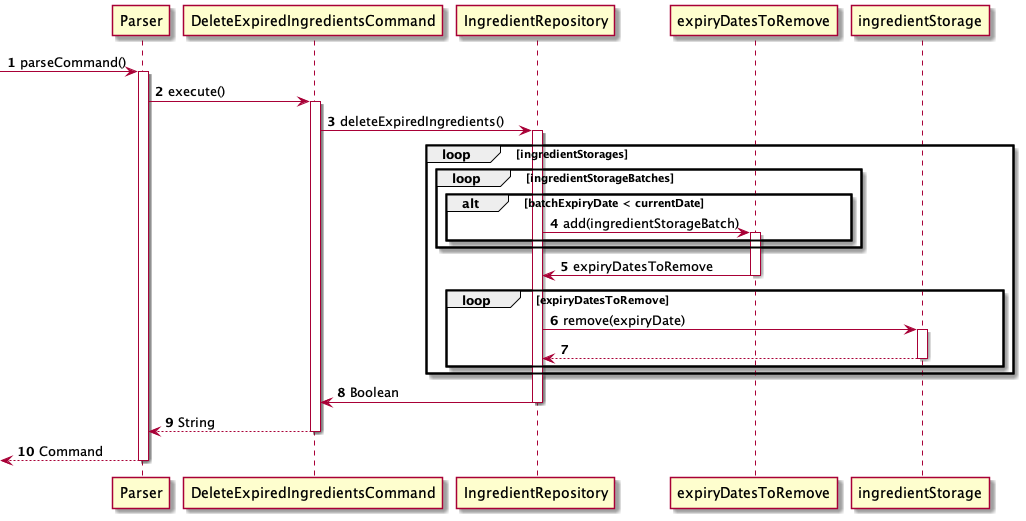
Above: docs/diagrams/DeleteExpiredIngredients.png in nus-cs2113-AY2122S1/tp (PlantUML), before the change. The source it was exported from:
```plantuml
@startuml

autonumber

 -> Parser: parseCommand()
activate Parser

Parser -> DeleteExpiredIngredientsCommand: execute()
activate DeleteExpiredIngredientsCommand

DeleteExpiredIngredientsCommand -> IngredientRepository: deleteExpiredIngredients()
activate IngredientRepository

loop ingredientStorages


    loop ingredientStorageBatches

        alt batchExpiryDate < currentDate

            IngredientRepository -> expiryDatesToRemove: add(ingredientStorageBatch)
            activate expiryDatesToRemove

        end

    end

    expiryDatesToRemove -> IngredientRepository: expiryDatesToRemove
    deactivate expiryDatesToRemove

    loop expiryDatesToRemove

        IngredientRepository -> ingredientStorage: remove(expiryDate)
        activate ingredientStorage

        ingredientStorage --> IngredientRepository
        deactivate ingredientStorage

    end

end

IngredientRepository -> DeleteExpiredIngredientsCommand: Boolean
deactivate IngredientRepository

DeleteExpiredIngredientsCommand --> Parser: String
deactivate DeleteExpiredIngredientsCommand

<-- Parser: Command
deactivate Parser

@enduml
```
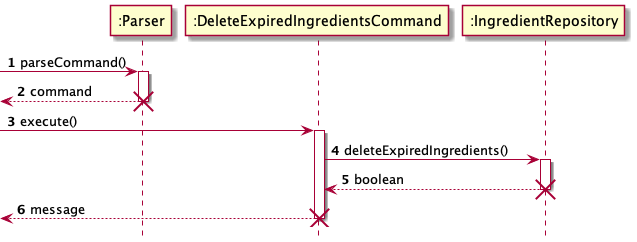
Later version of the same file.

Change to the diagram source:
```diff
@@ -1,52 +1,29 @@
 @startuml
+!include style.puml
+
+participant ":Parser" as Parser
+participant ":DeleteExpiredIngredientsCommand" as DeleteExpiredIngredientsCommand
+participant ":IngredientRepository" as IngredientRepository
 
 autonumber
 
  -> Parser: parseCommand()
 activate Parser
 
-Parser -> DeleteExpiredIngredientsCommand: execute()
+return command
+destroy Parser
+
+ -> DeleteExpiredIngredientsCommand: execute()
 activate DeleteExpiredIngredientsCommand
 
 DeleteExpiredIngredientsCommand -> IngredientRepository: deleteExpiredIngredients()
 activate IngredientRepository
 
-loop ingredientStorages
+return boolean
+destroy IngredientRepository
+
+return message
+destroy DeleteExpiredIngredientsCommand
 
 
-    loop ingredientStorageBatches
-
-        alt batchExpiryDate < currentDate
-
-            IngredientRepository -> expiryDatesToRemove: add(ingredientStorageBatch)
-            activate expiryDatesToRemove
-
-        end
-
-    end
-
-    expiryDatesToRemove -> IngredientRepository: expiryDatesToRemove
-    deactivate expiryDatesToRemove
-
-    loop expiryDatesToRemove
-
-        IngredientRepository -> ingredientStorage: remove(expiryDate)
-        activate ingredientStorage
-
-        ingredientStorage --> IngredientRepository
-        deactivate ingredientStorage
-
-    end
-
-end
-
-IngredientRepository -> DeleteExpiredIngredientsCommand: Boolean
-deactivate IngredientRepository
-
-DeleteExpiredIngredientsCommand --> Parser: String
-deactivate DeleteExpiredIngredientsCommand
-
-<-- Parser: Command
-deactivate Parser
-
 @enduml
```
